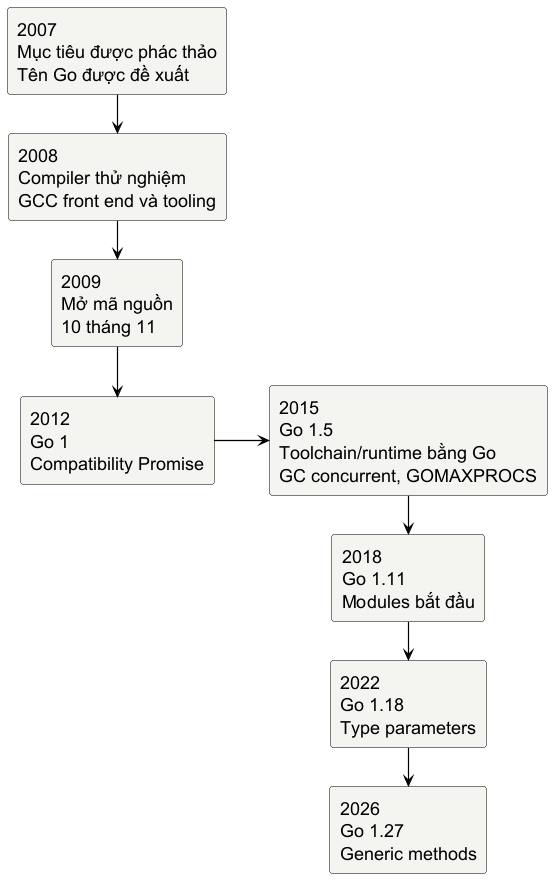
Minhlike/Golang keeps this PlantUML diagram as assets/diagrams/go-history-timeline.png. Above is the earlier version.
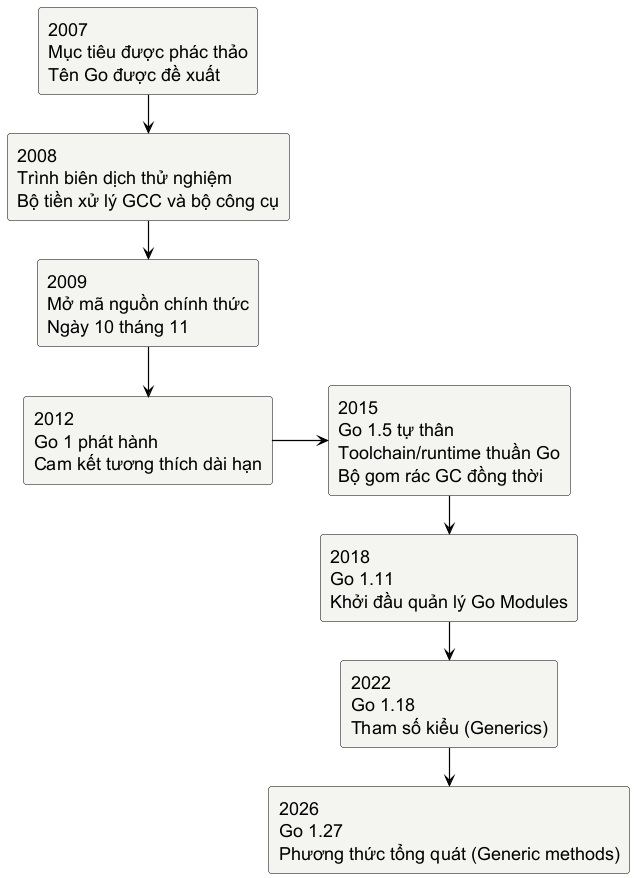
After the change.

The edit, as a diff of the source:
```diff
@@ -17,13 +17,13 @@
 top to bottom direction
 
 rectangle "2007\nMục tiêu được phác thảo\nTên Go được đề xuất" as y2007
-rectangle "2008\nCompiler thử nghiệm\nGCC front end và tooling" as y2008
-rectangle "2009\nMở mã nguồn\n10 tháng 11" as y2009
-rectangle "2012\nGo 1\nCompatibility Promise" as y2012
-rectangle "2015\nGo 1.5\nToolchain/runtime bằng Go\nGC concurrent, GOMAXPROCS" as y2015
-rectangle "2018\nGo 1.11\nModules bắt đầu" as y2018
-rectangle "2022\nGo 1.18\nType parameters" as y2022
-rectangle "2026\nGo 1.27\nGeneric methods" as y2026
+rectangle "2008\nTrình biên dịch thử nghiệm\nBộ tiền xử lý GCC và bộ công cụ" as y2008
+rectangle "2009\nMở mã nguồn chính thức\nNgày 10 tháng 11" as y2009
+rectangle "2012\nGo 1 phát hành\nCam kết tương thích dài hạn" as y2012
+rectangle "2015\nGo 1.5 tự thân\nToolchain/runtime thuần Go\nBộ gom rác GC đồng thời" as y2015
+rectangle "2018\nGo 1.11\nKhởi đầu quản lý Go Modules" as y2018
+rectangle "2022\nGo 1.18\nTham số kiểu (Generics)" as y2022
+rectangle "2026\nGo 1.27\nPhương thức tổng quát (Generic methods)" as y2026
 
 y2007 --> y2008
 y2008 --> y2009
```
